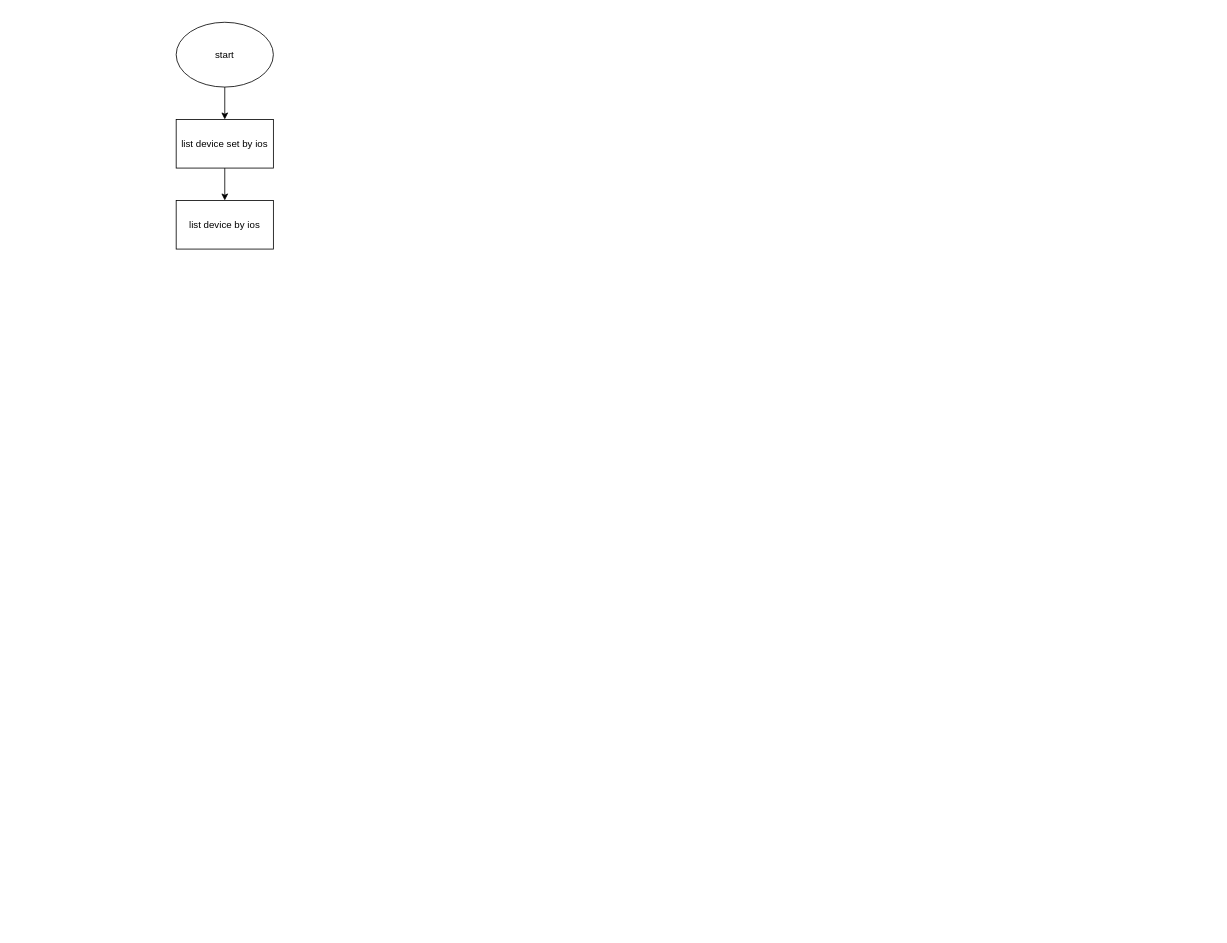
This is page "list device" (6 of 6) of test-platform2.drawio from SWE15041/ct, a draw.io file, before an edit. Source tidied: cells renumbered, new cells numbered last; positions are measured from the earlier drawing's top-left corner, leaving out a move shared by most shapes. Both pictures are drawn from the tidied source at 81%, with x=0, y=0 at pixel (176, 22).
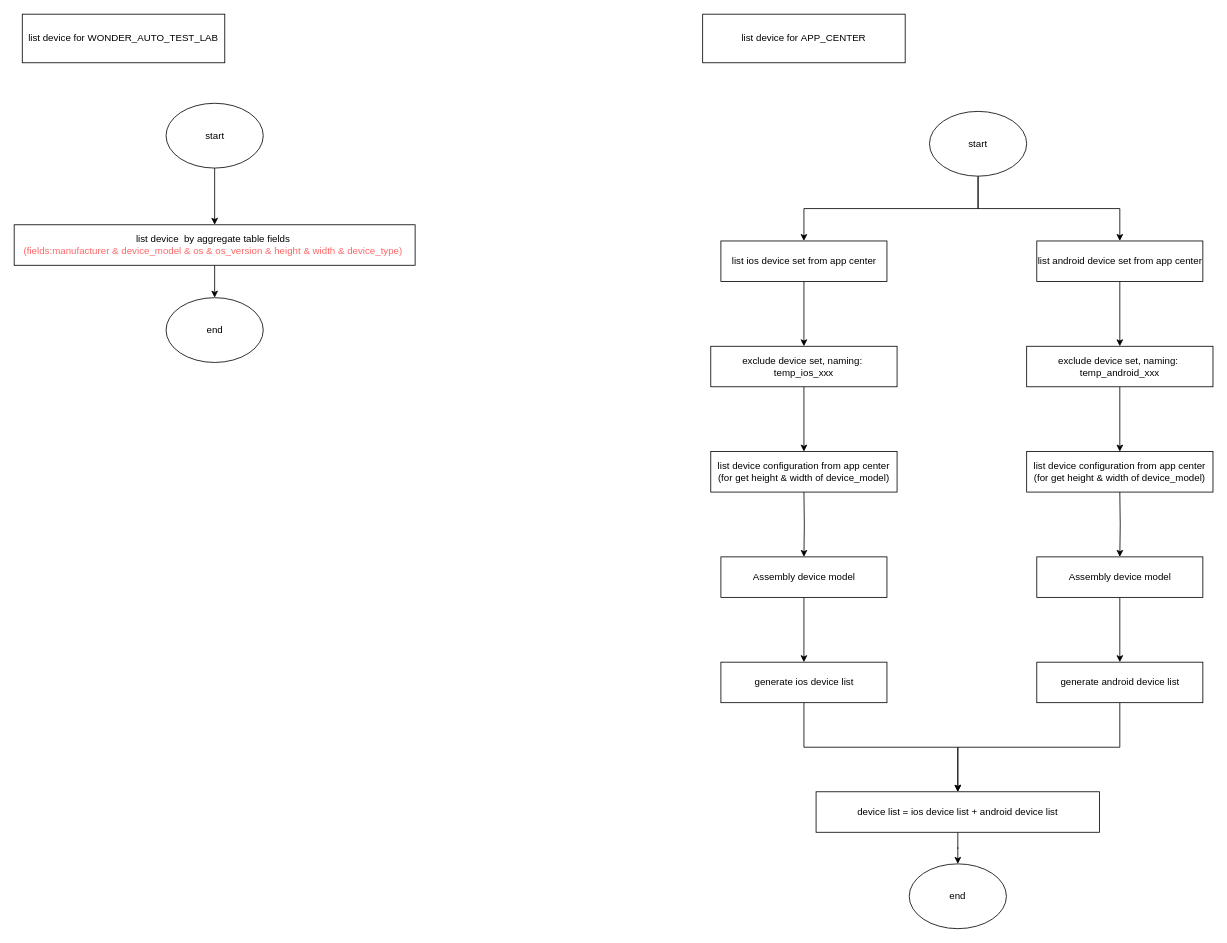
Above is the later version.

Diff of the diagram source:
```diff
@@
     <mxCell id="3" value="start" style="ellipse;whiteSpace=wrap;html=1;" parent="1" vertex="1">
-      <mxGeometry width="120" height="80" as="geometry" />
+      <mxGeometry x="-12.5" y="100" width="120" height="80" as="geometry" />
     </mxCell>
-    <mxCell id="4" style="edgeStyle=orthogonalEdgeStyle;rounded=0;jettySize=auto;html=1;" parent="1" edge="1" source="5" target="6">
-      <mxGeometry relative="1" as="geometry" />
-    </mxCell>
+    <mxCell id="7" style="edgeStyle=orthogonalEdgeStyle;rounded=0;jettySize=auto;html=1;exitX=0.5;exitY=1;exitDx=0;exitDy=0;entryX=0.5;entryY=0;entryDx=0;entryDy=0;" parent="1" edge="1" source="5" target="10">
+      <mxGeometry relative="1" as="geometry" />
+    </mxCell>
-    <mxCell id="5" value="list device set by ios" style="rounded=0;whiteSpace=wrap;html=1;" parent="1" vertex="1">
-      <mxGeometry y="120" width="120" height="60" as="geometry" />
+    <mxCell id="5" value="list device&amp;nbsp; by&amp;nbsp;aggregate table fields&amp;nbsp;&lt;br&gt;&lt;font color=&quot;#ff6666&quot;&gt;(fields:manufacturer &amp;amp; device_model &amp;amp; os &amp;amp; os_version &amp;amp; height &amp;amp; width &amp;amp; device_type&lt;span style=&quot;background-color: initial;&quot;&gt;)&amp;nbsp;&lt;/span&gt;&lt;/font&gt;" style="rounded=0;whiteSpace=wrap;html=1;" parent="1" vertex="1">
+      <mxGeometry x="-200" y="250" width="495" height="50" as="geometry" />
     </mxCell>
-    <mxCell id="6" value="list device by ios" style="rounded=0;whiteSpace=wrap;html=1;" parent="1" vertex="1">
-      <mxGeometry y="220" width="120" height="60" as="geometry" />
-    </mxCell>
+    <mxCell id="8" value="list device for&amp;nbsp;WONDER_AUTO_TEST_LAB" style="rounded=0;whiteSpace=wrap;html=1;" parent="1" vertex="1">
+      <mxGeometry x="-190" y="-10" width="250" height="60" as="geometry" />
+    </mxCell>
+    <mxCell id="9" value="list device for&amp;nbsp;APP_CENTER" style="rounded=0;whiteSpace=wrap;html=1;" parent="1" vertex="1">
+      <mxGeometry x="650" y="-10" width="250" height="60" as="geometry" />
+    </mxCell>
+    <mxCell id="10" value="end" style="ellipse;whiteSpace=wrap;html=1;" parent="1" vertex="1">
+      <mxGeometry x="-12.5" y="340" width="120" height="80" as="geometry" />
+    </mxCell>
+    <mxCell id="11" style="edgeStyle=orthogonalEdgeStyle;rounded=0;jettySize=auto;html=1;entryX=0.5;entryY=0;entryDx=0;entryDy=0;" parent="1" edge="1" source="13" target="15">
+      <mxGeometry relative="1" as="geometry">
+        <Array as="points">
+          <mxPoint x="990" y="230" />
+          <mxPoint x="775" y="230" />
+        </Array>
+      </mxGeometry>
+    </mxCell>
+    <mxCell id="12" style="edgeStyle=orthogonalEdgeStyle;rounded=0;jettySize=auto;html=1;entryX=0.5;entryY=0;entryDx=0;entryDy=0;" parent="1" edge="1" source="13" target="25">
+      <mxGeometry relative="1" as="geometry">
+        <Array as="points">
+          <mxPoint x="990" y="230" />
+          <mxPoint x="1165" y="230" />
+        </Array>
+      </mxGeometry>
+    </mxCell>
+    <mxCell id="13" value="start" style="ellipse;whiteSpace=wrap;html=1;" parent="1" vertex="1">
+      <mxGeometry x="930" y="110" width="120" height="80" as="geometry" />
+    </mxCell>
+    <mxCell id="14" style="edgeStyle=orthogonalEdgeStyle;rounded=0;jettySize=auto;html=1;" parent="1" edge="1" source="15" target="17">
+      <mxGeometry relative="1" as="geometry" />
+    </mxCell>
+    <mxCell id="15" value="list ios device set from app center" style="whiteSpace=wrap;html=1;" parent="1" vertex="1">
+      <mxGeometry x="672.5" y="270" width="205" height="50" as="geometry" />
+    </mxCell>
+    <mxCell id="16" style="edgeStyle=orthogonalEdgeStyle;rounded=0;jettySize=auto;html=1;" parent="1" edge="1" source="17" target="21">
+      <mxGeometry relative="1" as="geometry" />
+    </mxCell>
+    <mxCell id="17" value="exclude device set, naming:&amp;nbsp; temp_ios_xxx" style="whiteSpace=wrap;html=1;" parent="1" vertex="1">
+      <mxGeometry x="660" y="400" width="230" height="50" as="geometry" />
+    </mxCell>
+    <mxCell id="18" style="edgeStyle=orthogonalEdgeStyle;rounded=0;jettySize=auto;html=1;" parent="1" edge="1" target="20">
+      <mxGeometry relative="1" as="geometry">
+        <mxPoint x="775" y="580" as="sourcePoint" />
+      </mxGeometry>
+    </mxCell>
+    <mxCell id="19" style="edgeStyle=orthogonalEdgeStyle;rounded=0;jettySize=auto;html=1;" parent="1" edge="1" source="20" target="23">
+      <mxGeometry relative="1" as="geometry" />
+    </mxCell>
+    <mxCell id="20" value="Assembly device model" style="whiteSpace=wrap;html=1;" parent="1" vertex="1">
+      <mxGeometry x="672.5" y="660" width="205" height="50" as="geometry" />
+    </mxCell>
+    <mxCell id="21" value="list device configuration from app center&lt;br style=&quot;border-color: var(--border-color);&quot;&gt;(for get height &amp;amp; width of&amp;nbsp;device_model)" style="whiteSpace=wrap;html=1;" parent="1" vertex="1">
+      <mxGeometry x="660" y="530" width="230" height="50" as="geometry" />
+    </mxCell>
+    <mxCell id="22" style="edgeStyle=orthogonalEdgeStyle;rounded=0;jettySize=auto;html=1;" parent="1" edge="1" source="23" target="35">
+      <mxGeometry relative="1" as="geometry" />
+    </mxCell>
+    <mxCell id="23" value="generate ios device list" style="whiteSpace=wrap;html=1;" parent="1" vertex="1">
+      <mxGeometry x="672.5" y="790" width="205" height="50" as="geometry" />
+    </mxCell>
+    <mxCell id="24" style="edgeStyle=orthogonalEdgeStyle;rounded=0;jettySize=auto;html=1;" parent="1" edge="1" source="25" target="27">
+      <mxGeometry relative="1" as="geometry" />
+    </mxCell>
+    <mxCell id="25" value="list android device set from app center" style="whiteSpace=wrap;html=1;" parent="1" vertex="1">
+      <mxGeometry x="1062.5" y="270" width="205" height="50" as="geometry" />
+    </mxCell>
+    <mxCell id="26" style="edgeStyle=orthogonalEdgeStyle;rounded=0;jettySize=auto;html=1;" parent="1" edge="1" source="27" target="31">
+      <mxGeometry relative="1" as="geometry" />
+    </mxCell>
+    <mxCell id="27" value="exclude device set, naming:&amp;nbsp; temp_android_xxx" style="whiteSpace=wrap;html=1;" parent="1" vertex="1">
+      <mxGeometry x="1050" y="400" width="230" height="50" as="geometry" />
+    </mxCell>
+    <mxCell id="28" style="edgeStyle=orthogonalEdgeStyle;rounded=0;jettySize=auto;html=1;" parent="1" edge="1" target="30">
+      <mxGeometry relative="1" as="geometry">
+        <mxPoint x="1165" y="580" as="sourcePoint" />
+      </mxGeometry>
+    </mxCell>
+    <mxCell id="29" style="edgeStyle=orthogonalEdgeStyle;rounded=0;jettySize=auto;html=1;" parent="1" edge="1" source="30" target="33">
+      <mxGeometry relative="1" as="geometry" />
+    </mxCell>
+    <mxCell id="30" value="Assembly device model" style="whiteSpace=wrap;html=1;" parent="1" vertex="1">
+      <mxGeometry x="1062.5" y="660" width="205" height="50" as="geometry" />
+    </mxCell>
+    <mxCell id="31" value="list device configuration from app center&lt;br style=&quot;border-color: var(--border-color);&quot;&gt;(for get height &amp;amp; width of&amp;nbsp;device_model)" style="whiteSpace=wrap;html=1;" parent="1" vertex="1">
+      <mxGeometry x="1050" y="530" width="230" height="50" as="geometry" />
+    </mxCell>
+    <mxCell id="32" style="edgeStyle=orthogonalEdgeStyle;rounded=0;jettySize=auto;html=1;entryX=0.5;entryY=0;entryDx=0;entryDy=0;" parent="1" edge="1" source="33" target="35">
+      <mxGeometry relative="1" as="geometry" />
+    </mxCell>
+    <mxCell id="33" value="generate android device list" style="whiteSpace=wrap;html=1;" parent="1" vertex="1">
+      <mxGeometry x="1062.5" y="790" width="205" height="50" as="geometry" />
+    </mxCell>
+    <mxCell id="34" style="edgeStyle=orthogonalEdgeStyle;rounded=0;jettySize=auto;html=1;entryX=0.5;entryY=0;entryDx=0;entryDy=0;" parent="1" edge="1" source="35" target="36">
+      <mxGeometry relative="1" as="geometry" />
+    </mxCell>
+    <mxCell id="35" value="device list = ios device list + android device list" style="whiteSpace=wrap;html=1;" parent="1" vertex="1">
+      <mxGeometry x="790" y="950" width="350" height="50" as="geometry" />
+    </mxCell>
+    <mxCell id="36" value="end" style="ellipse;whiteSpace=wrap;html=1;" parent="1" vertex="1">
+      <mxGeometry x="905" y="1039" width="120" height="80" as="geometry" />
+    </mxCell>
```
